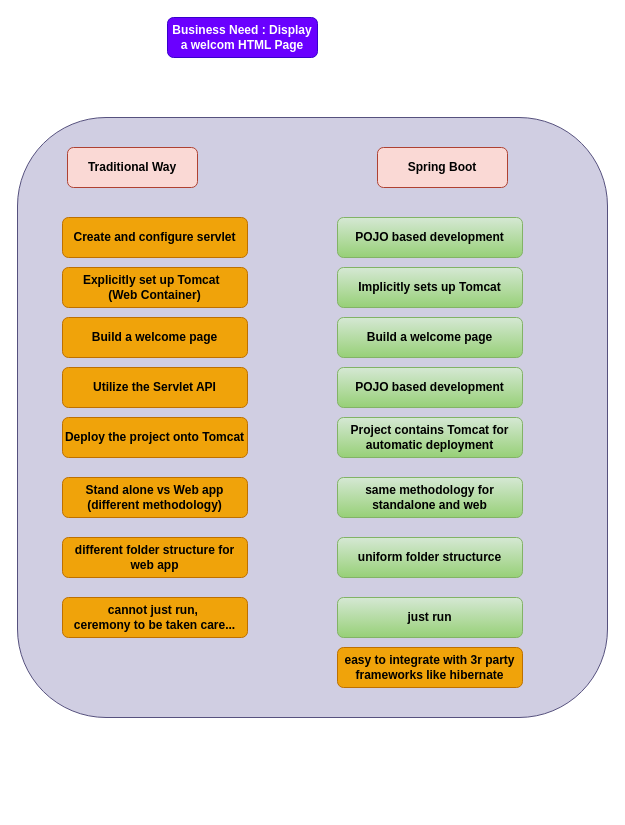
Before: page "SpringBoot" (11 of 12) of LET US DRAW/LET US DRAW.drawio in aushub230123/ausGit, a draw.io diagram. Source tidied: cells renumbered, new cells numbered last; positions are measured from the earlier drawing's top-left corner, leaving out a move shared by most shapes. Both pictures are drawn from the tidied source at 100%, with x=0, y=0 at pixel (17, 17).
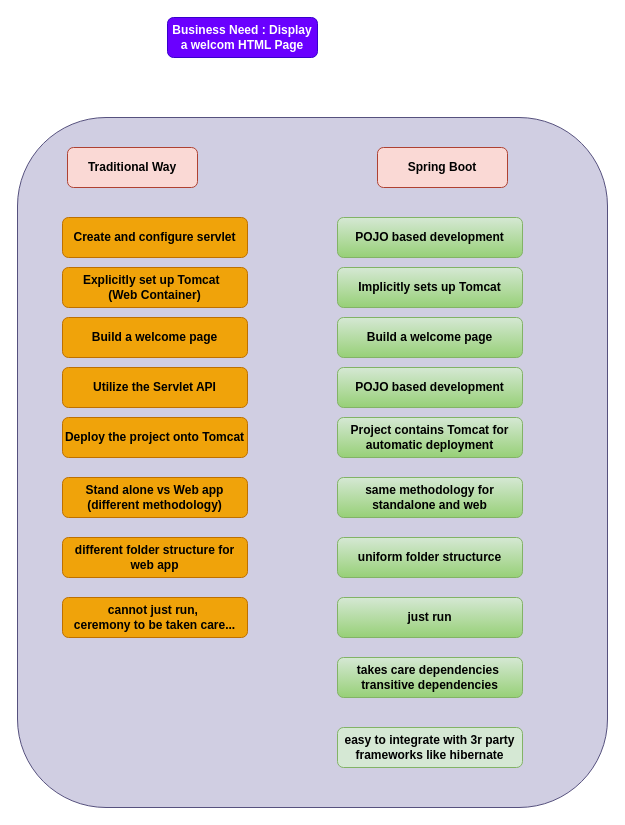
The same diagram, later.

What changed in the source:
```diff
@@
     <mxCell id="3" style="rounded=1;whiteSpace=wrap;html=1;fillColor=#d0cee2;strokeColor=#56517e;verticalAlign=bottom;" parent="1" vertex="1">
-      <mxGeometry y="100" width="590" height="600" as="geometry" />
+      <mxGeometry y="100" width="590" height="690" as="geometry" />
     </mxCell>
@@
-    <mxCell id="22" value="easy to integrate with 3r party frameworks like hibernate" style="rounded=1;whiteSpace=wrap;html=1;fillColor=#f0a30a;strokeColor=#BD7000;fontStyle=1;fontColor=#000000;" parent="1" vertex="1">
-      <mxGeometry x="320" y="630" width="185" height="40" as="geometry" />
+    <mxCell id="22" value="easy to integrate with 3r party frameworks like hibernate" style="rounded=1;whiteSpace=wrap;html=1;fillColor=#d5e8d4;strokeColor=#82b366;fontStyle=1;" parent="1" vertex="1">
+      <mxGeometry x="320" y="710" width="185" height="40" as="geometry" />
     </mxCell>
+    <mxCell id="23" value="takes care dependencies&amp;nbsp;&lt;br&gt;transitive dependencies" style="rounded=1;whiteSpace=wrap;html=1;fillColor=#d5e8d4;strokeColor=#82b366;fontStyle=1;gradientColor=#97d077;" parent="1" vertex="1">
+      <mxGeometry x="320" y="640" width="185" height="40" as="geometry" />
+    </mxCell>
```
